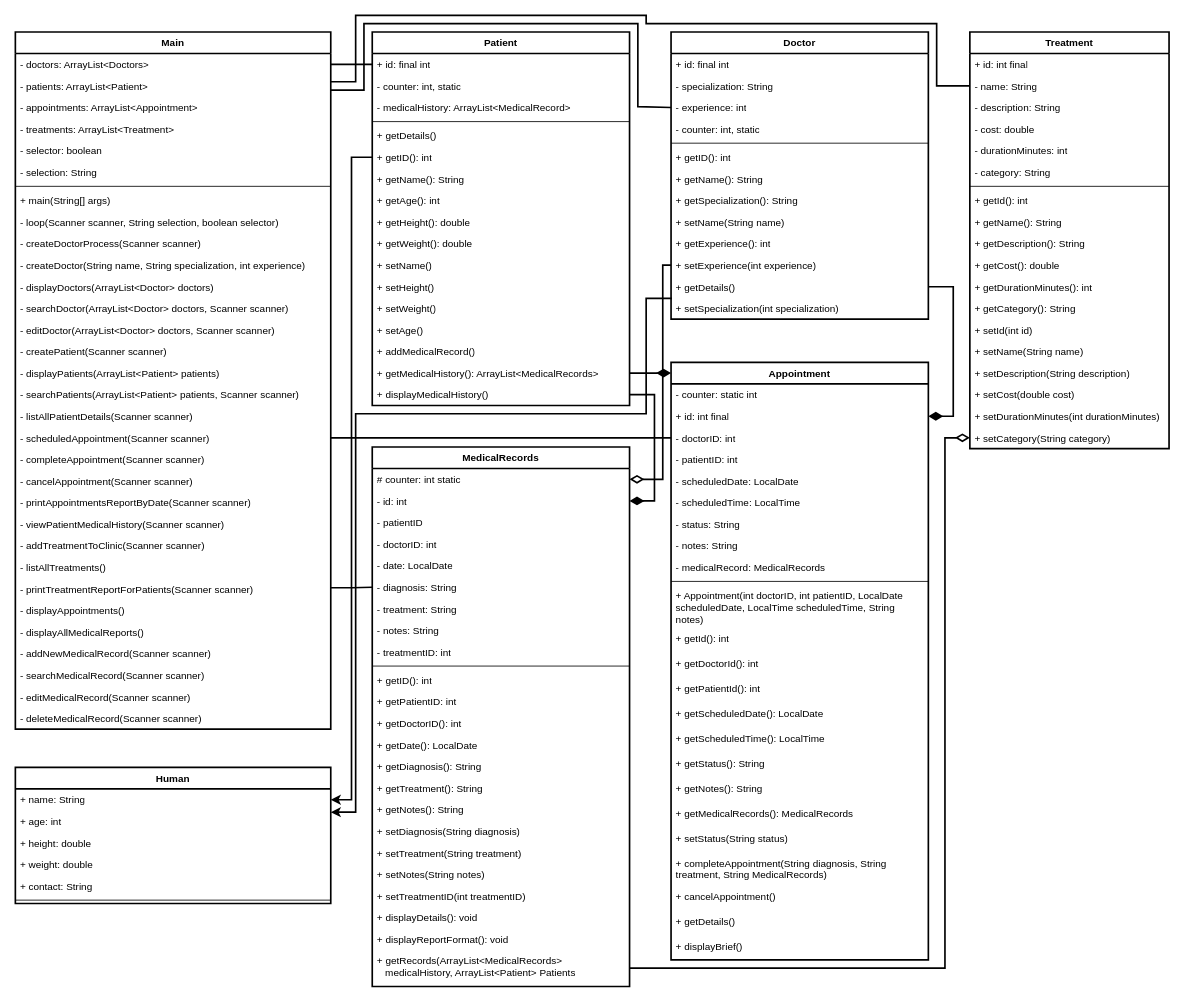
The draw.io diagram UMLDiagram.drawio in abobymotaki/uncharted, before the edit. Source tidied: cells renumbered, new cells numbered last; positions are measured from the earlier drawing's top-left corner, leaving out a move shared by most shapes. Both pictures are drawn from the tidied source at 83%, with x=0, y=0 at pixel (15, 15).
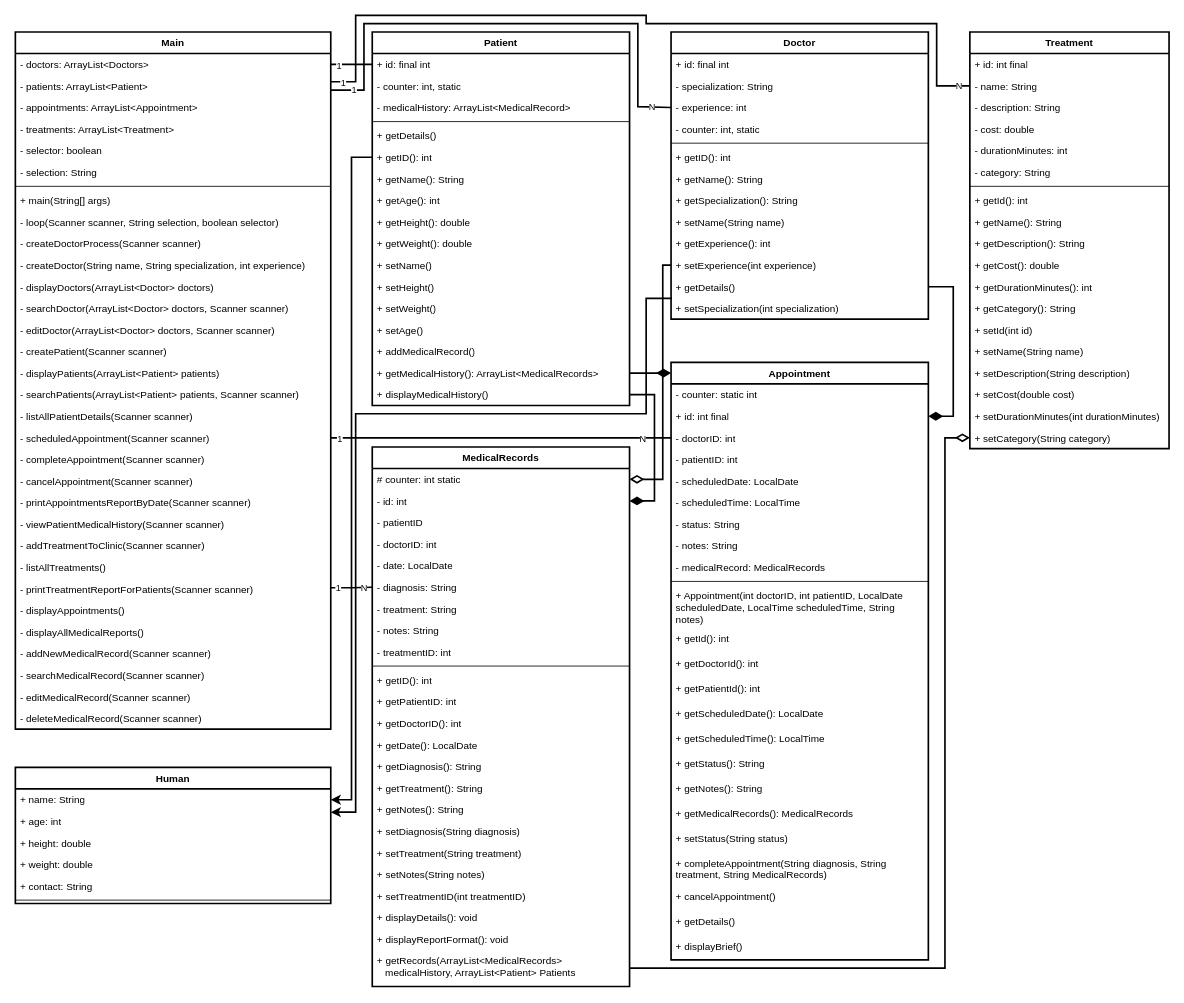
Above is the later version.

Unchanged cells that the change refers to:
```xml
<mxCell id="151" style="edgeStyle=orthogonalEdgeStyle;rounded=0;jettySize=auto;html=1;entryX=0;entryY=0.5;entryDx=0;entryDy=0;strokeWidth=2;endArrow=none;endFill=0;" parent="1" edge="1" source="112" target="10">
  <mxGeometry relative="1" as="geometry" />
</mxCell>
<mxCell id="152" style="edgeStyle=orthogonalEdgeStyle;rounded=0;jettySize=auto;html=1;entryX=0;entryY=0.5;entryDx=0;entryDy=0;exitX=0.999;exitY=0.446;exitDx=0;exitDy=0;exitPerimeter=0;strokeWidth=2;endArrow=none;endFill=0;" parent="1" edge="1" source="137" target="67">
  <mxGeometry relative="1" as="geometry" />
</mxCell>
<mxCell id="153" style="edgeStyle=orthogonalEdgeStyle;rounded=0;jettySize=auto;html=1;entryX=0;entryY=0.5;entryDx=0;entryDy=0;strokeWidth=2;endArrow=none;endFill=0;" parent="1" edge="1" source="130" target="89">
  <mxGeometry relative="1" as="geometry" />
</mxCell>
<mxCell id="154" style="edgeStyle=orthogonalEdgeStyle;rounded=0;jettySize=auto;html=1;entryX=0;entryY=0.5;entryDx=0;entryDy=0;strokeWidth=2;endArrow=none;endFill=0;" parent="1" edge="1" source="113" target="50">
  <mxGeometry relative="1" as="geometry">
    <Array as="points">
      <mxPoint x="420" y="90" />
      <mxPoint x="420" y="10" />
      <mxPoint x="750" y="10" />
      <mxPoint x="750" y="110" />
      <mxPoint x="790" y="110" />
    </Array>
  </mxGeometry>
</mxCell>
<mxCell id="155" style="edgeStyle=orthogonalEdgeStyle;rounded=0;jettySize=auto;html=1;entryX=0;entryY=0.5;entryDx=0;entryDy=0;strokeWidth=2;endArrow=none;endFill=0;" parent="1" edge="1" target="29">
  <mxGeometry relative="1" as="geometry">
    <mxPoint x="380" y="80" as="sourcePoint" />
    <Array as="points">
      <mxPoint x="410" y="80" />
      <mxPoint x="410" />
      <mxPoint x="760" />
      <mxPoint x="760" y="10" />
      <mxPoint x="1110" y="10" />
      <mxPoint x="1110" y="85" />
    </Array>
  </mxGeometry>
</mxCell>
```

Diff of the diagram source:
```diff
@@
+    <mxCell id="156" value="1" style="edgeLabel;html=1;align=center;verticalAlign=middle;" parent="151" vertex="1">
+      <mxGeometry x="-0.64" y="-1" relative="1" as="geometry" />
+    </mxCell>
@@
+    <mxCell id="157" value="1" style="edgeLabel;html=1;align=center;verticalAlign=middle;" parent="152" vertex="1">
+      <mxGeometry x="-0.64" relative="1" as="geometry" />
+    </mxCell>
+    <mxCell id="158" value="N" style="edgeLabel;html=1;align=center;verticalAlign=middle;" parent="152" vertex="1">
+      <mxGeometry x="0.55" relative="1" as="geometry" />
+    </mxCell>
@@
+    <mxCell id="159" value="1" style="edgeLabel;html=1;align=center;verticalAlign=middle;" parent="153" vertex="1">
+      <mxGeometry x="-0.95" y="-1" relative="1" as="geometry" />
+    </mxCell>
+    <mxCell id="160" value="N" style="edgeLabel;html=1;align=center;verticalAlign=middle;" parent="153" vertex="1">
+      <mxGeometry x="0.83" y="-1" relative="1" as="geometry" />
+    </mxCell>
@@
+    <mxCell id="161" value="N" style="edgeLabel;html=1;align=center;verticalAlign=middle;" parent="154" vertex="1">
+      <mxGeometry x="0.92" y="1" relative="1" as="geometry" />
+    </mxCell>
+    <mxCell id="162" value="1" style="edgeLabel;html=1;align=center;verticalAlign=middle;" parent="154" vertex="1">
+      <mxGeometry x="-0.91" y="1" relative="1" as="geometry" />
+    </mxCell>
@@
+    <mxCell id="163" value="1" style="edgeLabel;html=1;align=center;verticalAlign=middle;" parent="155" vertex="1">
+      <mxGeometry x="-0.97" y="-1" relative="1" as="geometry" />
+    </mxCell>
+    <mxCell id="164" value="N" style="edgeLabel;html=1;align=center;verticalAlign=middle;" parent="155" vertex="1">
+      <mxGeometry x="0.97" y="1" relative="1" as="geometry" />
+    </mxCell>
```
